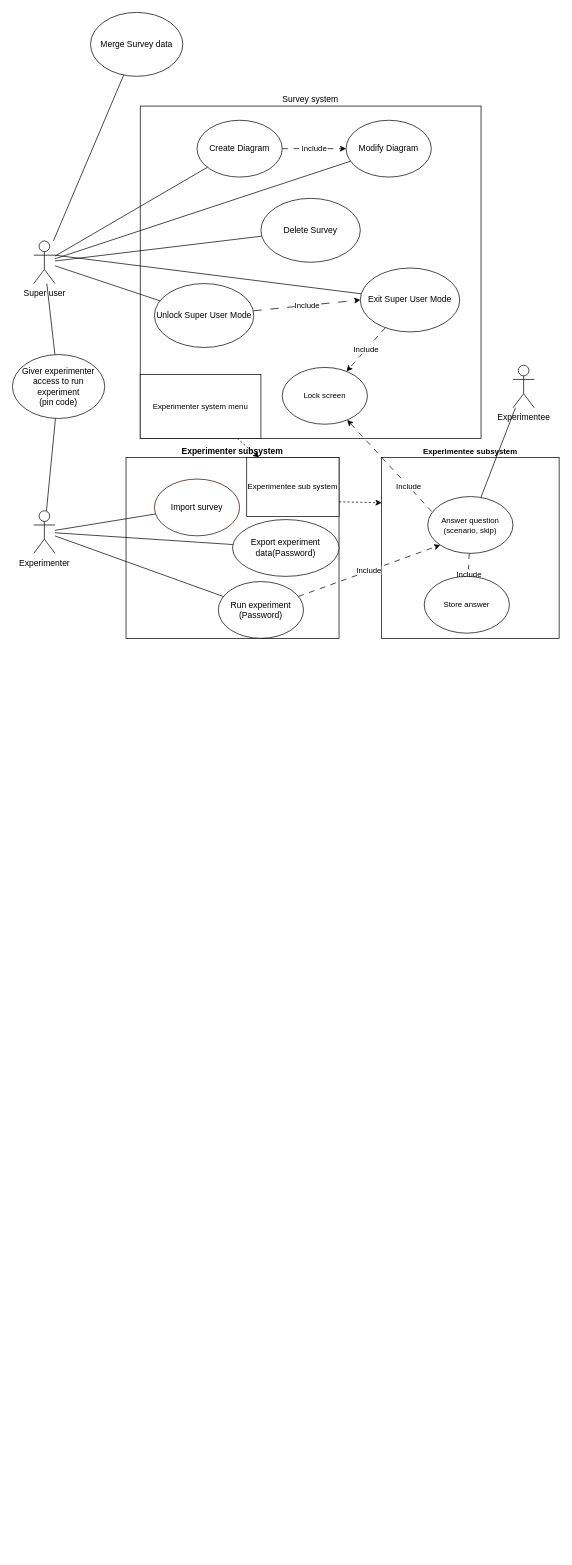
toppggg/CtCI keeps this draw.io diagram as Unavngivet diagram.drawio. Above is the earlier version. Source tidied: cells renumbered, new cells numbered last; positions are measured from the earlier drawing's top-left corner, leaving out a move shared by most shapes. Both pictures are drawn from the tidied source at 71%, with x=0, y=0 at pixel (12, 12).
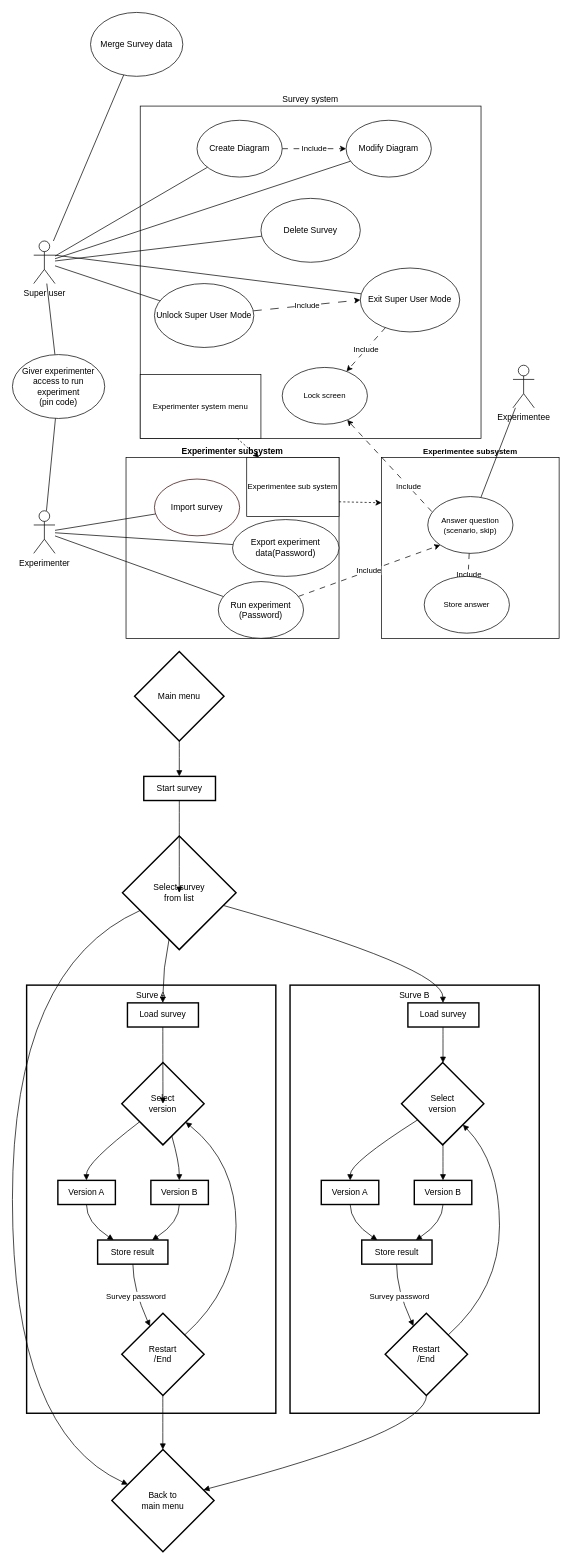
The same diagram, later.

What changed in the source:
```diff
@@
+    <mxCell id="45" value="Surve B" style="whiteSpace=wrap;strokeWidth=2;verticalAlign=top;" parent="1" vertex="1">
+      <mxGeometry x="391" y="1370" width="351" height="603" as="geometry" />
+    </mxCell>
+    <mxCell id="46" value="Select &#10;version" style="rhombus;strokeWidth=2;whiteSpace=wrap;" parent="1" vertex="1">
+      <mxGeometry x="548" y="1479" width="116" height="116" as="geometry" />
+    </mxCell>
+    <mxCell id="47" value="Load survey" style="whiteSpace=wrap;strokeWidth=2;" parent="1" vertex="1">
+      <mxGeometry x="557" y="1395" width="100" height="34" as="geometry" />
+    </mxCell>
+    <mxCell id="48" value="Version A" style="whiteSpace=wrap;strokeWidth=2;" parent="1" vertex="1">
+      <mxGeometry x="435" y="1645" width="81" height="34" as="geometry" />
+    </mxCell>
+    <mxCell id="49" value="Version B" style="whiteSpace=wrap;strokeWidth=2;" parent="1" vertex="1">
+      <mxGeometry x="566" y="1645" width="81" height="34" as="geometry" />
+    </mxCell>
+    <mxCell id="50" value="Store result" style="whiteSpace=wrap;strokeWidth=2;" parent="1" vertex="1">
+      <mxGeometry x="492" y="1729" width="99" height="34" as="geometry" />
+    </mxCell>
+    <mxCell id="51" value="Restart&#10;/End" style="rhombus;strokeWidth=2;whiteSpace=wrap;" parent="1" vertex="1">
+      <mxGeometry x="525" y="1832" width="116" height="116" as="geometry" />
+    </mxCell>
+    <mxCell id="52" value="Surve A" style="whiteSpace=wrap;strokeWidth=2;verticalAlign=top;" parent="1" vertex="1">
+      <mxGeometry x="20" y="1370" width="351" height="603" as="geometry" />
+    </mxCell>
+    <mxCell id="53" value="Select &#10;version" style="rhombus;strokeWidth=2;whiteSpace=wrap;" parent="1" vertex="1">
+      <mxGeometry x="154" y="1479" width="116" height="116" as="geometry" />
+    </mxCell>
+    <mxCell id="54" value="Load survey" style="whiteSpace=wrap;strokeWidth=2;" parent="1" vertex="1">
+      <mxGeometry x="162" y="1395" width="100" height="34" as="geometry" />
+    </mxCell>
+    <mxCell id="55" value="Version A" style="whiteSpace=wrap;strokeWidth=2;" parent="1" vertex="1">
+      <mxGeometry x="64" y="1645" width="81" height="34" as="geometry" />
+    </mxCell>
+    <mxCell id="56" value="Version B" style="whiteSpace=wrap;strokeWidth=2;" parent="1" vertex="1">
+      <mxGeometry x="195" y="1645" width="81" height="34" as="geometry" />
+    </mxCell>
+    <mxCell id="57" value="Store result" style="whiteSpace=wrap;strokeWidth=2;" parent="1" vertex="1">
+      <mxGeometry x="120" y="1729" width="99" height="34" as="geometry" />
+    </mxCell>
+    <mxCell id="58" value="Restart&#10;/End" style="rhombus;strokeWidth=2;whiteSpace=wrap;" parent="1" vertex="1">
+      <mxGeometry x="154" y="1832" width="116" height="116" as="geometry" />
+    </mxCell>
+    <mxCell id="59" value="Main menu" style="rhombus;strokeWidth=2;whiteSpace=wrap;" parent="1" vertex="1">
+      <mxGeometry x="172" y="900" width="126" height="126" as="geometry" />
+    </mxCell>
+    <mxCell id="60" value="Start survey" style="whiteSpace=wrap;strokeWidth=2;" parent="1" vertex="1">
+      <mxGeometry x="185" y="1076" width="101" height="34" as="geometry" />
+    </mxCell>
+    <mxCell id="61" value="Select survey&#10; from list" style="rhombus;strokeWidth=2;whiteSpace=wrap;" parent="1" vertex="1">
+      <mxGeometry x="155" y="1160" width="160" height="160" as="geometry" />
+    </mxCell>
+    <mxCell id="62" value="Back to &#10; main menu" style="rhombus;strokeWidth=2;whiteSpace=wrap;" parent="1" vertex="1">
+      <mxGeometry x="140" y="2024" width="144" height="144" as="geometry" />
+    </mxCell>
+    <mxCell id="63" style="curved=1;startArrow=none;endArrow=block;exitX=0.5003637283567398;exitY=1.0031746152847532;entryX=0.4955032650787051;entryY=0.011764750761144301;rounded=0;" parent="1" edge="1" source="59" target="60">
+      <mxGeometry relative="1" as="geometry" />
+    </mxCell>
+    <mxCell id="64" style="curved=1;startArrow=none;endArrow=block;exitX=0.4955032650787051;exitY=1.0117647507611442;entryX=0.5002864360809326;entryY=0.002500009536743164;rounded=0;" parent="1" edge="1" source="60" target="61">
+      <mxGeometry relative="1" as="geometry" />
+    </mxCell>
+    <mxCell id="65" style="curved=1;startArrow=none;endArrow=block;exitX=0.0007030963897705078;exitY=0.7251162176282289;entryX=-0.0023438003328111437;entryY=0.26872876636605425;rounded=0;" parent="1" edge="1" source="61" target="62">
+      <mxGeometry relative="1" as="geometry">
+        <Array as="points">
+          <mxPoint y="1345" />
+          <mxPoint y="1999" />
+        </Array>
+      </mxGeometry>
+    </mxCell>
+    <mxCell id="66" style="curved=1;startArrow=none;endArrow=block;exitX=0.4982916450500488;exitY=1.0078432419720817;entryX=0.4985272802155593;entryY=0.002298881267679149;rounded=0;" parent="1" edge="1" source="54" target="53">
+      <mxGeometry relative="1" as="geometry" />
+    </mxCell>
+    <mxCell id="67" style="curved=1;startArrow=none;endArrow=block;exitX=-0.00219113251258587;exitY=0.8898567172596943;entryX=0.49737652437186536;entryY=0.012745352352366728;rounded=0;" parent="1" edge="1" source="53" target="55">
+      <mxGeometry relative="1" as="geometry">
+        <Array as="points">
+          <mxPoint x="104" y="1620" />
+        </Array>
+      </mxGeometry>
+    </mxCell>
+    <mxCell id="68" style="curved=1;startArrow=none;endArrow=block;exitX=0.6384471770176181;exitY=1.0037357067239696;entryX=0.4943929601598669;entryY=0.012745352352366728;rounded=0;" parent="1" edge="1" source="53" target="56">
+      <mxGeometry relative="1" as="geometry">
+        <Array as="points">
+          <mxPoint x="235" y="1620" />
+        </Array>
+      </mxGeometry>
+    </mxCell>
+    <mxCell id="69" style="curved=1;startArrow=none;endArrow=block;exitX=0.49737652437186536;exitY=1.0127453523523666;entryX=0.2343804899346892;entryY=0.012745352352366728;rounded=0;" parent="1" edge="1" source="55" target="57">
+      <mxGeometry relative="1" as="geometry">
+        <Array as="points">
+          <mxPoint x="104" y="1704" />
+        </Array>
+      </mxGeometry>
+    </mxCell>
+    <mxCell id="70" style="curved=1;startArrow=none;endArrow=block;exitX=0.4943929601598669;exitY=1.0127453523523666;entryX=0.76898646205592;entryY=0.012745352352366728;rounded=0;" parent="1" edge="1" source="56" target="57">
+      <mxGeometry relative="1" as="geometry">
+        <Array as="points">
+          <mxPoint x="235" y="1704" />
+        </Array>
+      </mxGeometry>
+    </mxCell>
+    <mxCell id="71" value="Survey password" style="curved=1;startArrow=none;endArrow=block;exitX=0.5016834759953046;exitY=1.0127453523523666;entryX=0.27047547711414666;entryY=0.003735706723969558;rounded=0;" parent="1" edge="1" source="57" target="58">
+      <mxGeometry relative="1" as="geometry">
+        <Array as="points">
+          <mxPoint x="170" y="1798" />
+        </Array>
+      </mxGeometry>
+    </mxCell>
+    <mxCell id="72" style="curved=1;startArrow=none;endArrow=block;exitX=0.9993893360269481;exitY=0.05439924757799461;entryX=0.9992456929437046;entryY=0.9068322820099003;rounded=0;" parent="1" edge="1" source="58" target="53">
+      <mxGeometry relative="1" as="geometry">
+        <Array as="points">
+          <mxPoint x="315" y="1798" />
+          <mxPoint x="315" y="1620" />
+        </Array>
+      </mxGeometry>
+    </mxCell>
+    <mxCell id="73" style="curved=1;startArrow=none;endArrow=block;exitX=0.4985272802155593;exitY=1.0054598183467471;entryX=0.49881364239586723;entryY=-0.0025462574428982204;rounded=0;" parent="1" edge="1" source="58" target="62">
+      <mxGeometry relative="1" as="geometry" />
+    </mxCell>
+    <mxCell id="74" style="curved=1;startArrow=none;endArrow=block;exitX=0.9998697757720947;exitY=0.6432329082265109;entryX=0.49445825576782226;entryY=0.007843241972081801;rounded=0;" parent="1" edge="1" source="61" target="47">
+      <mxGeometry relative="1" as="geometry">
+        <Array as="points">
+          <mxPoint x="606" y="1345" />
+        </Array>
+      </mxGeometry>
+    </mxCell>
+    <mxCell id="75" style="curved=1;startArrow=none;endArrow=block;exitX=0.49445825576782226;exitY=1.0078432419720817;entryX=0.5038433239377779;entryY=0.002298881267679149;rounded=0;" parent="1" edge="1" source="47" target="46">
+      <mxGeometry relative="1" as="geometry" />
+    </mxCell>
+    <mxCell id="76" style="curved=1;startArrow=none;endArrow=block;exitX=0.0031249112096326105;exitY=0.8211718287852701;entryX=0.5023147441722728;entryY=0.012745352352366728;rounded=0;" parent="1" edge="1" source="46" target="48">
+      <mxGeometry relative="1" as="geometry">
+        <Array as="points">
+          <mxPoint x="476" y="1620" />
+        </Array>
+      </mxGeometry>
+    </mxCell>
+    <mxCell id="77" style="curved=1;startArrow=none;endArrow=block;exitX=0.5038433239377779;exitY=1.0037357067239696;entryX=0.49933117996027443;entryY=0.012745352352366728;rounded=0;" parent="1" edge="1" source="46" target="49">
+      <mxGeometry relative="1" as="geometry" />
+    </mxCell>
+    <mxCell id="78" style="curved=1;startArrow=none;endArrow=block;exitX=0.5023147441722728;exitY=1.0127453523523666;entryX=0.22831984148855797;entryY=0.012745352352366728;rounded=0;" parent="1" edge="1" source="48" target="50">
+      <mxGeometry relative="1" as="geometry">
+        <Array as="points">
+          <mxPoint x="476" y="1704" />
+        </Array>
+      </mxGeometry>
+    </mxCell>
+    <mxCell id="79" style="curved=1;startArrow=none;endArrow=block;exitX=0.49933117996027443;exitY=1.0127453523523666;entryX=0.7629258136097887;entryY=0.012745352352366728;rounded=0;" parent="1" edge="1" source="49" target="50">
+      <mxGeometry relative="1" as="geometry">
+        <Array as="points">
+          <mxPoint x="606" y="1704" />
+        </Array>
+      </mxGeometry>
+    </mxCell>
+    <mxCell id="80" value="Survey password" style="curved=1;startArrow=none;endArrow=block;exitX=0.49562282754917336;exitY=1.0127453523523666;entryX=0.27392371680236177;entryY=0.003735706723969558;rounded=0;" parent="1" edge="1" source="50" target="51">
+      <mxGeometry relative="1" as="geometry">
+        <Array as="points">
+          <mxPoint x="541" y="1798" />
+        </Array>
+      </mxGeometry>
+    </mxCell>
+    <mxCell id="81" style="curved=1;startArrow=none;endArrow=block;exitX=1.0028375757151637;exitY=0.05439924757799461;entryX=0.9847991654979947;entryY=1.0037357067239696;rounded=0;" parent="1" edge="1" source="51" target="46">
+      <mxGeometry relative="1" as="geometry">
+        <Array as="points">
+          <mxPoint x="686" y="1798" />
+          <mxPoint x="686" y="1620" />
+        </Array>
+      </mxGeometry>
+    </mxCell>
+    <mxCell id="82" style="curved=1;startArrow=none;endArrow=block;exitX=0.38975283641183295;exitY=1.0016666889190673;entryX=0.4982916450500488;entryY=0.007843241972081801;rounded=0;" parent="1" edge="1" source="61" target="54">
+      <mxGeometry relative="1" as="geometry">
+        <Array as="points">
+          <mxPoint x="212" y="1345" />
+        </Array>
+      </mxGeometry>
+    </mxCell>
+    <mxCell id="83" style="curved=1;startArrow=none;endArrow=block;exitX=0.5019755199037749;exitY=1.0054598183467471;entryX=0.9999710851245456;entryY=0.3674970191998028;rounded=0;" parent="1" edge="1" source="51" target="62">
+      <mxGeometry relative="1" as="geometry">
+        <Array as="points">
+          <mxPoint x="583" y="1999" />
+        </Array>
+      </mxGeometry>
+    </mxCell>
```
